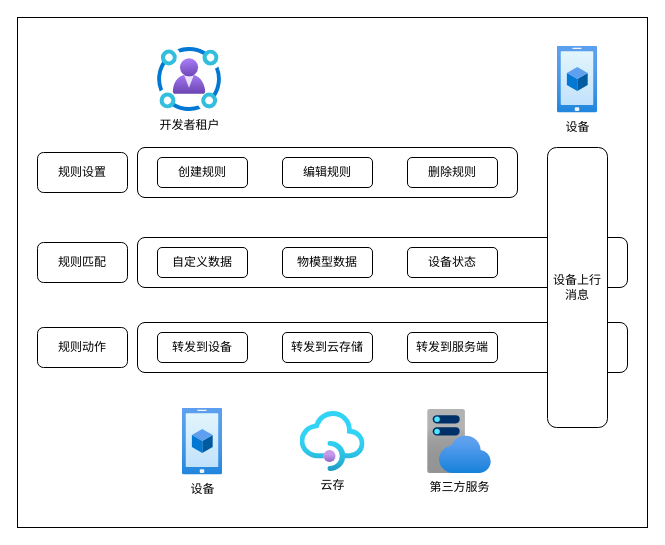
Earlier version of the draw.io diagram 规则引擎结构.drawio (wjwzero/DesignDrawing-). Source tidied: cells renumbered, new cells numbered last; positions are measured from the earlier drawing's top-left corner, leaving out a move shared by most shapes. Both pictures are drawn from the tidied source at 100%, with x=0, y=0 at pixel (17, 17).
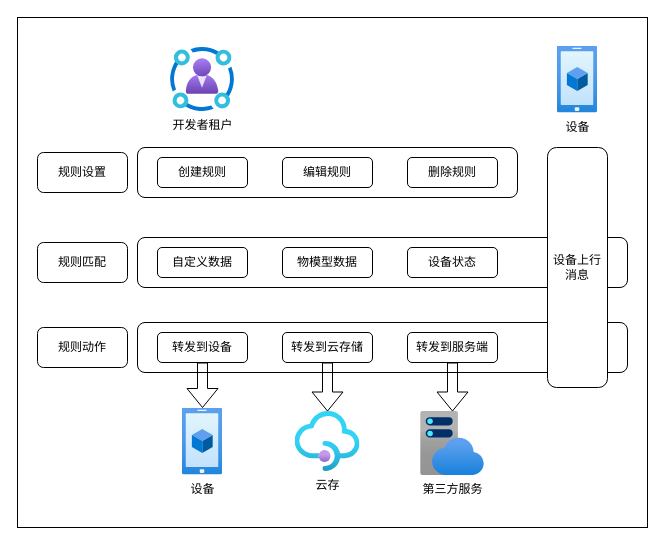
After the change.

Commit message (it also covers changes not shown here):
更新规则引擎结构.drawio

The change refers to these unchanged cells:
```xml
<mxCell id="18" value="转发到设备" style="rounded=1;whiteSpace=wrap;html=1;" parent="1" vertex="1">
  <mxGeometry x="140" y="315" width="90" height="30" as="geometry" />
</mxCell>
<mxCell id="19" value="转发到云存储" style="rounded=1;whiteSpace=wrap;html=1;" parent="1" vertex="1">
  <mxGeometry x="265" y="315" width="90" height="30" as="geometry" />
</mxCell>
<mxCell id="20" value="转发到服务端" style="rounded=1;whiteSpace=wrap;html=1;" parent="1" vertex="1">
  <mxGeometry x="390" y="315" width="90" height="30" as="geometry" />
</mxCell>
<mxCell id="21" value="设备" style="html=1;points=[];align=center;image;fontSize=12;image=img/lib/azure2/general/Mobile.svg;" parent="1" vertex="1">
  <mxGeometry x="165" y="390.5" width="40" height="67" as="geometry" />
</mxCell>
```

Change to the diagram source:
```diff
@@
     <mxCell id="7" value="开发者租户" style="html=1;align=center;image;fontSize=12;image=img/lib/azure2/identity/Identity_Governance.svg;" parent="1" vertex="1">
-      <mxGeometry x="140" y="30" width="64" height="64" as="geometry" />
+      <mxGeometry x="153" y="30" width="64" height="64" as="geometry" />
     </mxCell>
     <mxCell id="8" value="设备上行消息" style="rounded=1;whiteSpace=wrap;html=1;" parent="1" vertex="1">
-      <mxGeometry x="530" y="130" width="60" height="280" as="geometry" />
+      <mxGeometry x="530" y="130" width="60" height="240" as="geometry" />
     </mxCell>
@@
+    <mxCell id="24" style="edgeStyle=orthogonalEdgeStyle;rounded=0;jettySize=auto;html=1;shape=flexArrow;" parent="1" edge="1" source="18" target="21">
+      <mxGeometry relative="1" as="geometry" />
+    </mxCell>
@@
+    <mxCell id="25" style="edgeStyle=orthogonalEdgeStyle;rounded=0;jettySize=auto;html=1;shape=flexArrow;" parent="1" edge="1" source="19" target="23">
+      <mxGeometry relative="1" as="geometry" />
+    </mxCell>
@@
+    <mxCell id="26" style="edgeStyle=orthogonalEdgeStyle;rounded=0;jettySize=auto;html=1;shape=flexArrow;" parent="1" edge="1" source="20" target="22">
+      <mxGeometry relative="1" as="geometry" />
+    </mxCell>
@@
     <mxCell id="22" value="第三方服务" style="html=1;points=[];align=center;image;fontSize=12;image=img/lib/azure2/app_services/App_Service_Plans.svg;" parent="1" vertex="1">
-      <mxGeometry x="410" y="392" width="64" height="64" as="geometry" />
+      <mxGeometry x="403" y="394" width="64" height="64" as="geometry" />
     </mxCell>
     <mxCell id="23" value="云存" style="html=1;points=[];align=center;image;fontSize=12;image=img/lib/azure2/app_services/API_Management_Services.svg;" parent="1" vertex="1">
-      <mxGeometry x="282.5" y="394" width="65" height="60" as="geometry" />
+      <mxGeometry x="277.5" y="394" width="65" height="60" as="geometry" />
     </mxCell>
```
